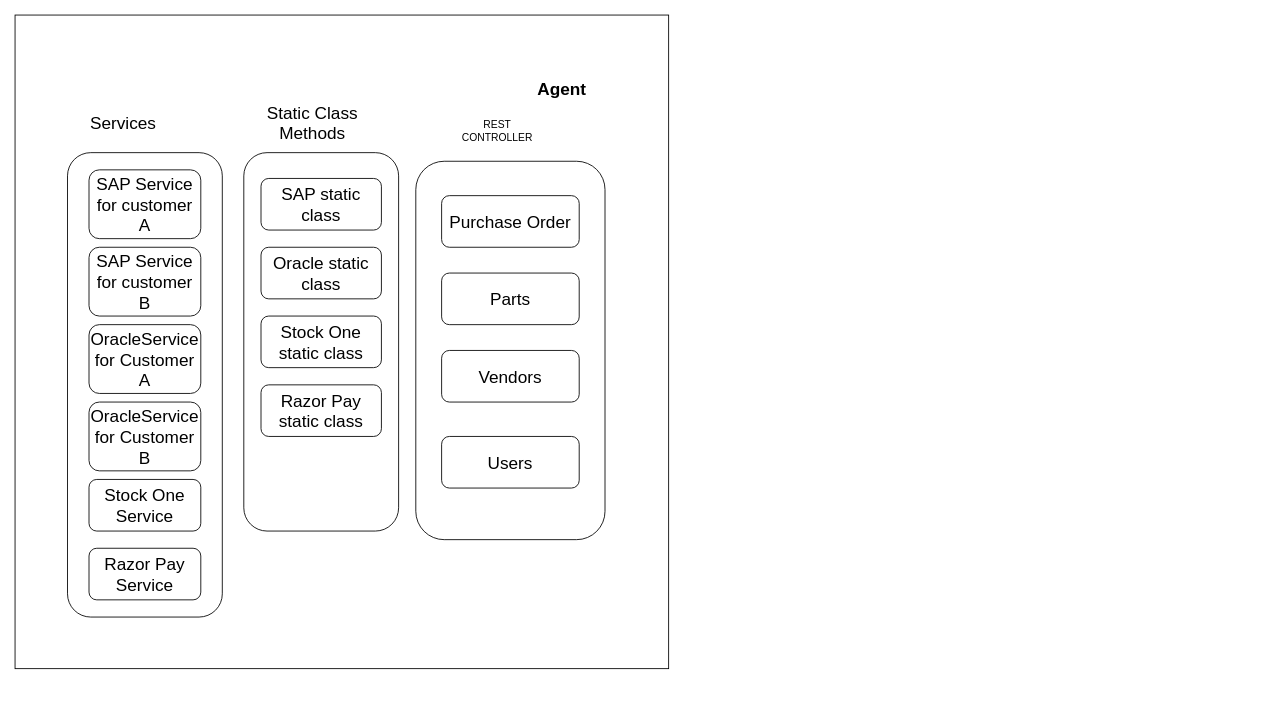
The draw.io diagram Untitled Diagram.drawio in balajimurugesan2022/balajimurugesan2022, before the edit. Source tidied: cells renumbered, new cells numbered last; positions are measured from the earlier drawing's top-left corner, leaving out a move shared by most shapes. Both pictures are drawn from the tidied source at 86%, with x=0, y=0 at pixel (15, 15).
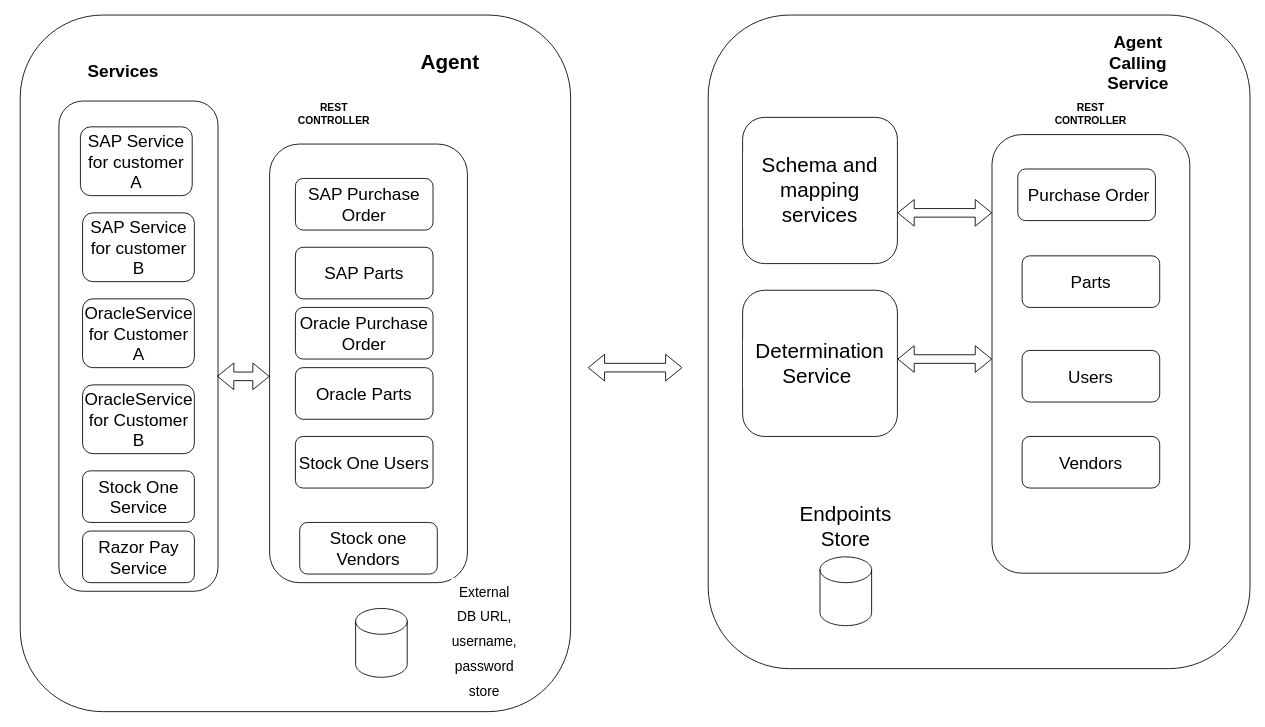
Above is the later version.

Change to the diagram source:
```diff
@@
-    <mxCell id="2" style="whiteSpace=wrap;html=1;" parent="1" vertex="1">
-      <mxGeometry width="760" height="760" as="geometry" />
-    </mxCell>
-    <mxCell id="3" value="&lt;b&gt;&lt;font style=&quot;font-size: 20px;&quot;&gt;Agent&lt;/font&gt;&lt;/b&gt;" style="text;html=1;strokeColor=none;fillColor=none;align=center;verticalAlign=middle;whiteSpace=wrap;rounded=0;" parent="1" vertex="1">
-      <mxGeometry x="606" y="70" width="60" height="30" as="geometry" />
-    </mxCell>
+    <mxCell id="25" style="rounded=1;whiteSpace=wrap;html=1;labelBackgroundColor=#ffffff;fontSize=24;" parent="1" vertex="1">
+      <mxGeometry x="806" width="630" height="760" as="geometry" />
+    </mxCell>
+    <mxCell id="26" style="rounded=1;whiteSpace=wrap;html=1;labelBackgroundColor=#ffffff;fontSize=24;" parent="1" vertex="1">
+      <mxGeometry x="6" width="640" height="810" as="geometry" />
+    </mxCell>
     <mxCell id="4" style="rounded=1;whiteSpace=wrap;html=1;" parent="1" vertex="1">
-      <mxGeometry x="466" y="170" width="220" height="440" as="geometry" />
+      <mxGeometry x="296" y="150" width="230" height="510" as="geometry" />
     </mxCell>
-    <mxCell id="5" value="REST CONTROLLER" style="text;html=1;strokeColor=none;fillColor=none;align=center;verticalAlign=middle;whiteSpace=wrap;rounded=0;" parent="1" vertex="1">
-      <mxGeometry x="506" y="120" width="110" height="30" as="geometry" />
+    <mxCell id="5" value="&lt;b&gt;REST CONTROLLER&lt;/b&gt;" style="text;html=1;strokeColor=none;fillColor=none;align=center;verticalAlign=middle;whiteSpace=wrap;rounded=0;" parent="1" vertex="1">
+      <mxGeometry x="316" y="100" width="110" height="30" as="geometry" />
     </mxCell>
-    <mxCell id="6" style="rounded=1;whiteSpace=wrap;html=1;fontSize=20;" parent="1" vertex="1">
-      <mxGeometry x="266" y="160" width="180" height="440" as="geometry" />
-    </mxCell>
-    <mxCell id="7" value="Static Class Methods" style="text;html=1;strokeColor=none;fillColor=none;align=center;verticalAlign=middle;whiteSpace=wrap;rounded=0;fontSize=20;" parent="1" vertex="1">
-      <mxGeometry x="286" y="110" width="120" height="30" as="geometry" />
-    </mxCell>
-    <mxCell id="8" value="Purchase Order" style="rounded=1;whiteSpace=wrap;html=1;fontSize=20;" parent="1" vertex="1">
-      <mxGeometry x="496" y="210" width="160" height="60" as="geometry" />
+    <mxCell id="8" value="SAP Purchase Order" style="rounded=1;whiteSpace=wrap;html=1;fontSize=20;" parent="1" vertex="1">
+      <mxGeometry x="326" y="190" width="160" height="60" as="geometry" />
     </mxCell>
-    <mxCell id="9" value="Parts" style="rounded=1;whiteSpace=wrap;html=1;fontSize=20;" parent="1" vertex="1">
-      <mxGeometry x="496" y="300" width="160" height="60" as="geometry" />
+    <mxCell id="9" value="SAP Parts" style="rounded=1;whiteSpace=wrap;html=1;fontSize=20;" parent="1" vertex="1">
+      <mxGeometry x="326" y="270" width="160" height="60" as="geometry" />
     </mxCell>
-    <mxCell id="10" value="Vendors" style="rounded=1;whiteSpace=wrap;html=1;fontSize=20;" parent="1" vertex="1">
-      <mxGeometry x="496" y="390" width="160" height="60" as="geometry" />
+    <mxCell id="10" value="Stock one Vendors" style="rounded=1;whiteSpace=wrap;html=1;fontSize=20;" parent="1" vertex="1">
+      <mxGeometry x="331" y="590" width="160" height="60" as="geometry" />
     </mxCell>
-    <mxCell id="11" value="Users" style="rounded=1;whiteSpace=wrap;html=1;fontSize=20;" parent="1" vertex="1">
-      <mxGeometry x="496" y="490" width="160" height="60" as="geometry" />
+    <mxCell id="11" value="Stock One Users" style="rounded=1;whiteSpace=wrap;html=1;fontSize=20;" parent="1" vertex="1">
+      <mxGeometry x="326" y="490" width="160" height="60" as="geometry" />
     </mxCell>
     <mxCell id="12" style="rounded=1;whiteSpace=wrap;html=1;fontSize=20;" parent="1" vertex="1">
-      <mxGeometry x="61" y="160" width="180" height="540" as="geometry" />
+      <mxGeometry x="51" y="100" width="185" height="570" as="geometry" />
     </mxCell>
-    <mxCell id="13" value="Services" style="text;html=1;strokeColor=none;fillColor=none;align=center;verticalAlign=middle;whiteSpace=wrap;rounded=0;fontSize=20;" parent="1" vertex="1">
-      <mxGeometry x="96" y="110" width="60" height="30" as="geometry" />
+    <mxCell id="13" value="&lt;b&gt;Services&lt;/b&gt;" style="text;html=1;strokeColor=none;fillColor=none;align=center;verticalAlign=middle;whiteSpace=wrap;rounded=0;fontSize=20;" parent="1" vertex="1">
+      <mxGeometry x="96" y="50" width="60" height="30" as="geometry" />
     </mxCell>
-    <mxCell id="14" value="SAP static class" style="rounded=1;whiteSpace=wrap;html=1;fontSize=20;" parent="1" vertex="1">
-      <mxGeometry x="286" y="190" width="140" height="60" as="geometry" />
-    </mxCell>
-    <mxCell id="15" value="Oracle static class" style="rounded=1;whiteSpace=wrap;html=1;fontSize=20;" parent="1" vertex="1">
-      <mxGeometry x="286" y="270" width="140" height="60" as="geometry" />
-    </mxCell>
-    <mxCell id="16" value="Stock One static class" style="rounded=1;whiteSpace=wrap;html=1;fontSize=20;" parent="1" vertex="1">
-      <mxGeometry x="286" y="350" width="140" height="60" as="geometry" />
-    </mxCell>
-    <mxCell id="17" value="Razor Pay static class" style="rounded=1;whiteSpace=wrap;html=1;fontSize=20;" parent="1" vertex="1">
-      <mxGeometry x="286" y="430" width="140" height="60" as="geometry" />
-    </mxCell>
     <mxCell id="18" value="SAP Service for customer A" style="rounded=1;whiteSpace=wrap;html=1;fontSize=20;" parent="1" vertex="1">
-      <mxGeometry x="86" y="180" width="130" height="80" as="geometry" />
+      <mxGeometry x="76" y="130" width="130" height="80" as="geometry" />
     </mxCell>
     <mxCell id="19" value="OracleService for Customer A" style="rounded=1;whiteSpace=wrap;html=1;fontSize=20;" parent="1" vertex="1">
-      <mxGeometry x="86" y="360" width="130" height="80" as="geometry" />
+      <mxGeometry x="78.5" y="330" width="130" height="80" as="geometry" />
     </mxCell>
     <mxCell id="20" value="Stock One Service" style="rounded=1;whiteSpace=wrap;html=1;fontSize=20;" parent="1" vertex="1">
-      <mxGeometry x="86" y="540" width="130" height="60" as="geometry" />
+      <mxGeometry x="78.5" y="530" width="130" height="60" as="geometry" />
     </mxCell>
     <mxCell id="21" value="Razor Pay&lt;br&gt;Service" style="rounded=1;whiteSpace=wrap;html=1;fontSize=20;" parent="1" vertex="1">
-      <mxGeometry x="86" y="620" width="130" height="60" as="geometry" />
+      <mxGeometry x="78.5" y="600" width="130" height="60" as="geometry" />
     </mxCell>
     <mxCell id="22" value="SAP Service for customer B" style="rounded=1;whiteSpace=wrap;html=1;fontSize=20;" parent="1" vertex="1">
-      <mxGeometry x="86" y="270" width="130" height="80" as="geometry" />
+      <mxGeometry x="78.5" y="230" width="130" height="80" as="geometry" />
     </mxCell>
     <mxCell id="23" value="OracleService for Customer B" style="rounded=1;whiteSpace=wrap;html=1;fontSize=20;" parent="1" vertex="1">
-      <mxGeometry x="86" y="450" width="130" height="80" as="geometry" />
+      <mxGeometry x="78.5" y="430" width="130" height="80" as="geometry" />
     </mxCell>
@@
+    <mxCell id="27" style="shape=flexArrow;endArrow=classic;startArrow=classic;html=1;rounded=0;fontSize=20;entryX=0.005;entryY=0.589;entryDx=0;entryDy=0;entryPerimeter=0;" parent="1" edge="1">
+      <mxGeometry relative="1" as="geometry">
+        <mxPoint x="234.9" y="420" as="sourcePoint" />
+        <mxPoint x="296" y="420.2" as="targetPoint" />
+      </mxGeometry>
+    </mxCell>
+    <mxCell id="28" value="&lt;b&gt;&lt;font style=&quot;font-size: 20px;&quot;&gt;Agent Calling Service&lt;/font&gt;&lt;/b&gt;" style="text;html=1;strokeColor=none;fillColor=none;align=center;verticalAlign=middle;whiteSpace=wrap;rounded=0;" parent="1" vertex="1">
+      <mxGeometry x="1276" y="40" width="60" height="30" as="geometry" />
+    </mxCell>
+    <mxCell id="29" value="Oracle Purchase Order" style="rounded=1;whiteSpace=wrap;html=1;fontSize=20;" parent="1" vertex="1">
+      <mxGeometry x="326" y="340" width="160" height="60" as="geometry" />
+    </mxCell>
+    <mxCell id="30" value="Oracle Parts" style="rounded=1;whiteSpace=wrap;html=1;fontSize=20;" parent="1" vertex="1">
+      <mxGeometry x="326" y="410" width="160" height="60" as="geometry" />
+    </mxCell>
+    <mxCell id="31" style="rounded=1;whiteSpace=wrap;html=1;" parent="1" vertex="1">
+      <mxGeometry x="1136" y="139" width="230" height="510" as="geometry" />
+    </mxCell>
+    <mxCell id="32" value="&lt;b&gt;REST CONTROLLER&lt;/b&gt;" style="text;html=1;strokeColor=none;fillColor=none;align=center;verticalAlign=middle;whiteSpace=wrap;rounded=0;" parent="1" vertex="1">
+      <mxGeometry x="1196" y="100" width="110" height="30" as="geometry" />
+    </mxCell>
+    <mxCell id="33" value="&amp;nbsp;Purchase Order" style="rounded=1;whiteSpace=wrap;html=1;fontSize=20;" parent="1" vertex="1">
+      <mxGeometry x="1166" y="179" width="160" height="60" as="geometry" />
+    </mxCell>
+    <mxCell id="34" value="Parts" style="rounded=1;whiteSpace=wrap;html=1;fontSize=20;" parent="1" vertex="1">
+      <mxGeometry x="1171" y="280" width="160" height="60" as="geometry" />
+    </mxCell>
+    <mxCell id="35" value="Vendors" style="rounded=1;whiteSpace=wrap;html=1;fontSize=20;" parent="1" vertex="1">
+      <mxGeometry x="1171" y="490" width="160" height="60" as="geometry" />
+    </mxCell>
+    <mxCell id="36" value="Users" style="rounded=1;whiteSpace=wrap;html=1;fontSize=20;" parent="1" vertex="1">
+      <mxGeometry x="1171" y="390" width="160" height="60" as="geometry" />
+    </mxCell>
+    <mxCell id="37" style="edgeStyle=orthogonalEdgeStyle;rounded=0;orthogonalLoop=1;jettySize=auto;html=1;exitX=0.5;exitY=1;exitDx=0;exitDy=0;fontSize=20;" parent="1" edge="1" source="31" target="31">
+      <mxGeometry relative="1" as="geometry" />
+    </mxCell>
+    <mxCell id="3" value="&lt;b&gt;Agent&lt;/b&gt;" style="text;html=1;strokeColor=none;fillColor=none;align=center;verticalAlign=middle;whiteSpace=wrap;rounded=0;labelBackgroundColor=#ffffff;fontSize=24;" parent="1" vertex="1">
+      <mxGeometry x="476" y="40" width="60" height="30" as="geometry" />
+    </mxCell>
+    <mxCell id="38" value="Determination Service&amp;nbsp;" style="rounded=1;whiteSpace=wrap;html=1;labelBackgroundColor=#ffffff;fontSize=24;" parent="1" vertex="1">
+      <mxGeometry x="846" y="320" width="180" height="170" as="geometry" />
+    </mxCell>
+    <mxCell id="39" style="shape=cylinder3;whiteSpace=wrap;html=1;boundedLbl=1;backgroundOutline=1;size=15;labelBackgroundColor=#ffffff;fontSize=24;" parent="1" vertex="1">
+      <mxGeometry x="936" y="630" width="60" height="80" as="geometry" />
+    </mxCell>
+    <mxCell id="40" value="Endpoints Store" style="text;html=1;strokeColor=none;fillColor=none;align=center;verticalAlign=middle;whiteSpace=wrap;rounded=0;labelBackgroundColor=#ffffff;fontSize=24;" parent="1" vertex="1">
+      <mxGeometry x="936" y="580" width="60" height="30" as="geometry" />
+    </mxCell>
+    <mxCell id="41" style="shape=flexArrow;endArrow=classic;startArrow=classic;html=1;rounded=0;fontSize=24;" parent="1" edge="1">
+      <mxGeometry relative="1" as="geometry">
+        <mxPoint x="1026" y="400" as="sourcePoint" />
+        <mxPoint x="1136" y="400" as="targetPoint" />
+      </mxGeometry>
+    </mxCell>
+    <mxCell id="42" style="shape=cylinder3;whiteSpace=wrap;html=1;boundedLbl=1;backgroundOutline=1;size=15;labelBackgroundColor=#ffffff;fontSize=24;" parent="1" vertex="1">
+      <mxGeometry x="396" y="690" width="60" height="80" as="geometry" />
+    </mxCell>
+    <mxCell id="43" value="&lt;font style=&quot;font-size: 16px;&quot;&gt;External DB URL, username, password store&lt;/font&gt;" style="text;html=1;strokeColor=none;fillColor=none;align=center;verticalAlign=middle;whiteSpace=wrap;rounded=0;labelBackgroundColor=#ffffff;fontSize=24;" parent="1" vertex="1">
+      <mxGeometry x="516" y="710" width="60" height="31" as="geometry" />
+    </mxCell>
+    <mxCell id="44" style="shape=flexArrow;endArrow=classic;startArrow=classic;html=1;rounded=0;fontSize=24;" parent="1" edge="1">
+      <mxGeometry relative="1" as="geometry">
+        <mxPoint x="666" y="410" as="sourcePoint" />
+        <mxPoint x="776" y="410" as="targetPoint" />
+      </mxGeometry>
+    </mxCell>
+    <mxCell id="45" value="Schema and mapping services" style="rounded=1;whiteSpace=wrap;html=1;labelBackgroundColor=#ffffff;fontSize=24;" parent="1" vertex="1">
+      <mxGeometry x="846" y="119" width="180" height="170" as="geometry" />
+    </mxCell>
+    <mxCell id="46" style="shape=flexArrow;endArrow=classic;startArrow=classic;html=1;rounded=0;fontSize=24;" parent="1" edge="1">
+      <mxGeometry relative="1" as="geometry">
+        <mxPoint x="1026" y="230" as="sourcePoint" />
+        <mxPoint x="1136" y="230" as="targetPoint" />
+      </mxGeometry>
+    </mxCell>
```
